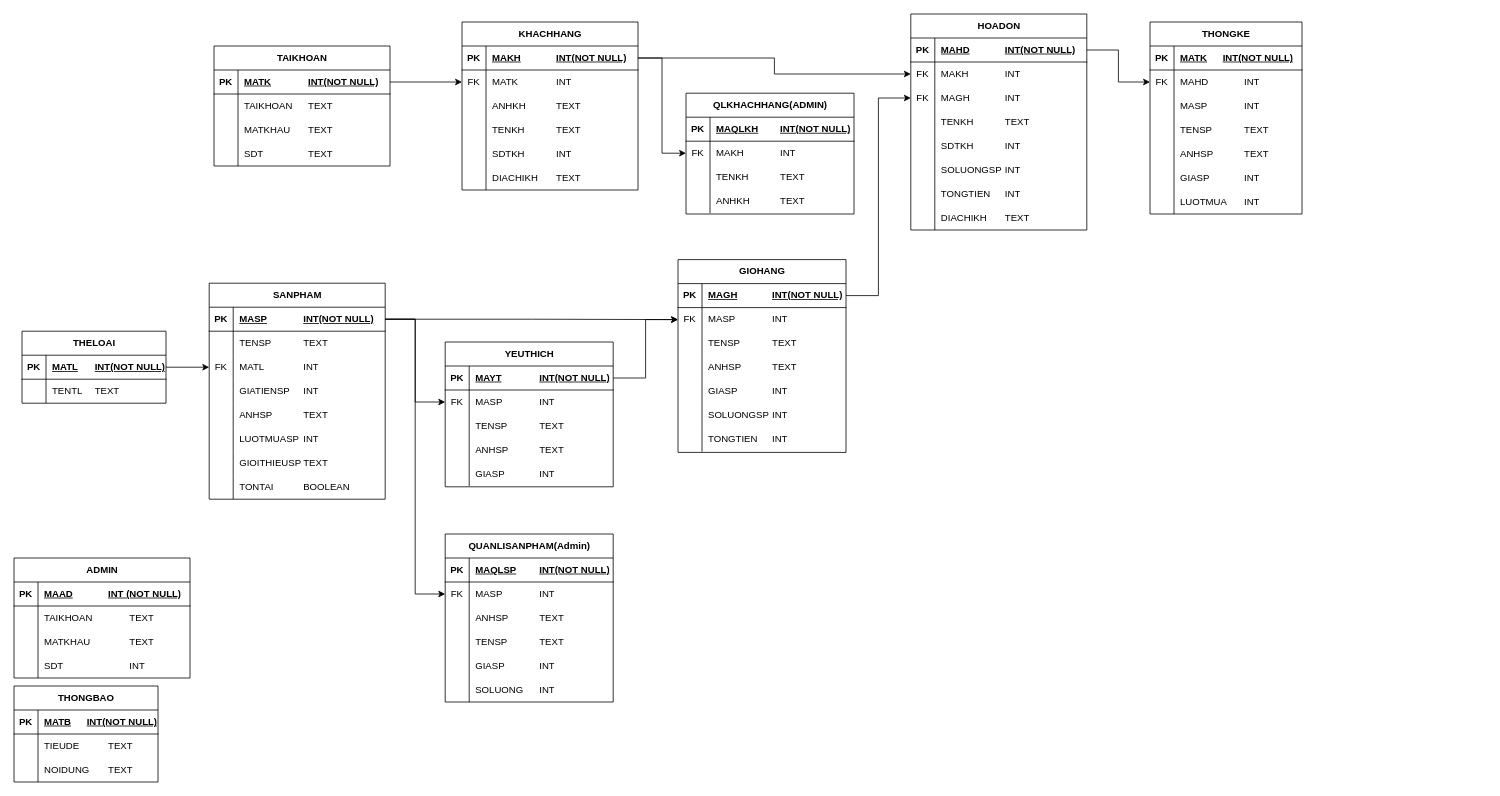
Before: Untitled Diagram.drawio in Minh209204/D-n-1, a draw.io diagram. Source tidied: cells renumbered, new cells numbered last; positions are measured from the earlier drawing's top-left corner, leaving out a move shared by most shapes. Both pictures are drawn from the tidied source at 80%, with x=0, y=0 at pixel (14, 14).
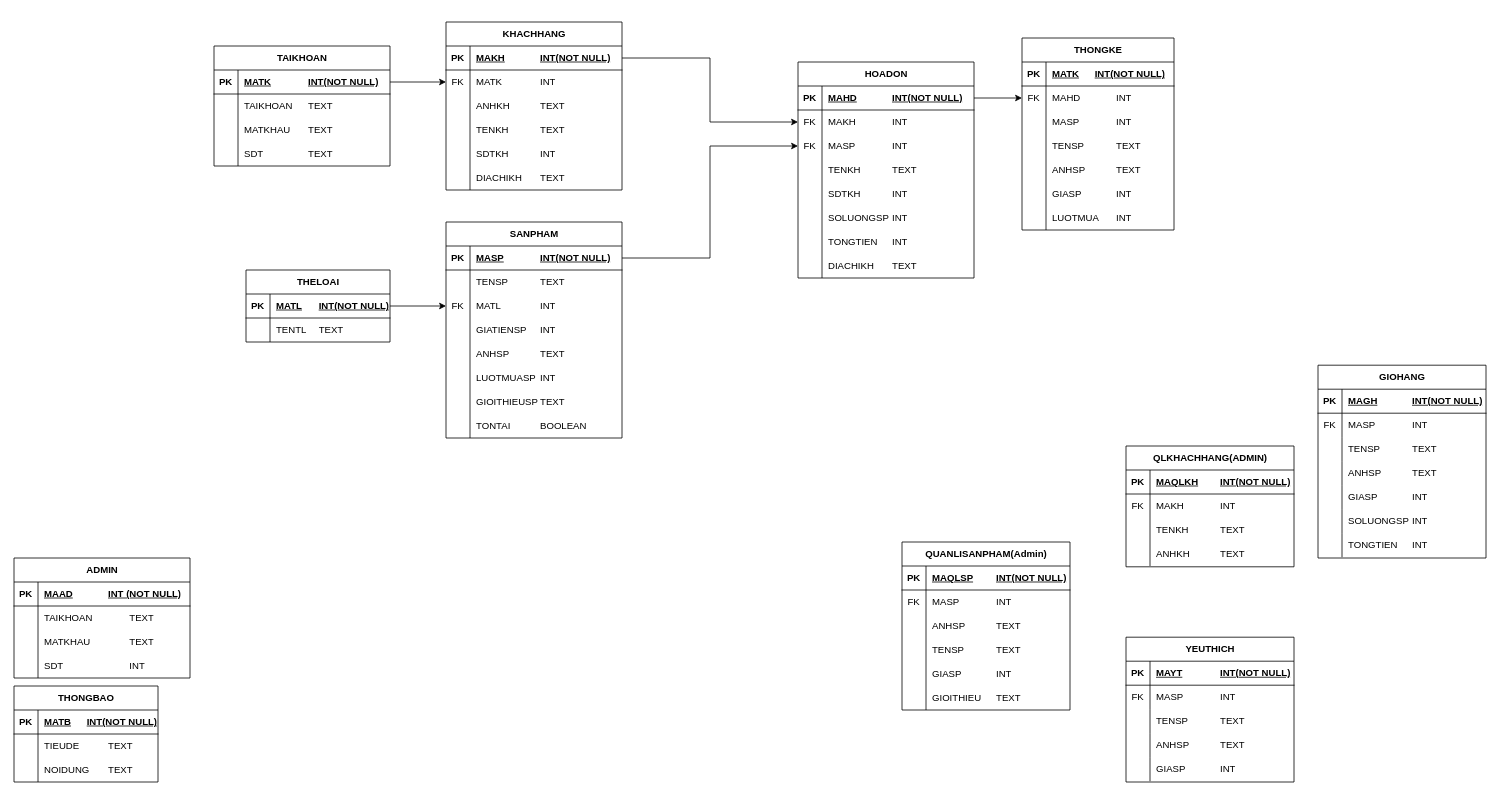
The same diagram, later.

The change refers to these unchanged cells:
```xml
<mxCell id="3" style="shape=tableRow;horizontal=0;startSize=0;swimlaneHead=0;swimlaneBody=0;fillColor=none;points=[[0,0.5],[1,0.5]];portConstraint=eastwest;top=0;left=0;right=0;bottom=1;" parent="2" vertex="1">
  <mxGeometry y="30" width="220" height="30" as="geometry" />
</mxCell>
<mxCell id="49" style="shape=tableRow;horizontal=0;startSize=0;swimlaneHead=0;swimlaneBody=0;fillColor=none;points=[[0,0.5],[1,0.5]];portConstraint=eastwest;top=0;left=0;right=0;bottom=1;" parent="48" vertex="1">
  <mxGeometry y="30" width="210" height="30" as="geometry" />
</mxCell>
<mxCell id="52" style="shape=tableRow;horizontal=0;startSize=0;swimlaneHead=0;swimlaneBody=0;fillColor=none;points=[[0,0.5],[1,0.5]];portConstraint=eastwest;top=0;left=0;right=0;bottom=0;" parent="48" vertex="1">
  <mxGeometry y="60" width="210" height="30" as="geometry" />
</mxCell>
<mxCell id="71" style="shape=tableRow;horizontal=0;startSize=0;swimlaneHead=0;swimlaneBody=0;fillColor=none;points=[[0,0.5],[1,0.5]];portConstraint=eastwest;top=0;left=0;right=0;bottom=1;" parent="70" vertex="1">
  <mxGeometry y="30" width="220" height="30" as="geometry" />
</mxCell>
<mxCell id="103" style="shape=tableRow;horizontal=0;startSize=0;swimlaneHead=0;swimlaneBody=0;fillColor=none;points=[[0,0.5],[1,0.5]];portConstraint=eastwest;top=0;left=0;right=0;bottom=0;" parent="96" vertex="1">
  <mxGeometry y="90" width="220" height="30" as="geometry" />
</mxCell>
<mxCell id="123" style="shape=tableRow;horizontal=0;startSize=0;swimlaneHead=0;swimlaneBody=0;fillColor=none;points=[[0,0.5],[1,0.5]];portConstraint=eastwest;top=0;left=0;right=0;bottom=1;" parent="122" vertex="1">
  <mxGeometry y="30" width="210" height="30" as="geometry" />
</mxCell>
<mxCell id="126" style="shape=tableRow;horizontal=0;startSize=0;swimlaneHead=0;swimlaneBody=0;fillColor=none;points=[[0,0.5],[1,0.5]];portConstraint=eastwest;top=0;left=0;right=0;bottom=0;" parent="122" vertex="1">
  <mxGeometry y="60" width="210" height="30" as="geometry" />
</mxCell>
<mxCell id="166" style="shape=tableRow;horizontal=0;startSize=0;swimlaneHead=0;swimlaneBody=0;fillColor=none;points=[[0,0.5],[1,0.5]];portConstraint=eastwest;top=0;left=0;right=0;bottom=0;" parent="162" vertex="1">
  <mxGeometry y="60" width="210" height="30" as="geometry" />
</mxCell>
<mxCell id="178" style="shape=tableRow;horizontal=0;startSize=0;swimlaneHead=0;swimlaneBody=0;fillColor=none;top=0;left=0;right=0;bottom=0;" parent="162" vertex="1">
  <mxGeometry y="180" width="210" height="30" as="geometry" />
</mxCell>
<mxCell id="206" style="shape=tableRow;horizontal=0;startSize=0;swimlaneHead=0;swimlaneBody=0;fillColor=none;points=[[0,0.5],[1,0.5]];portConstraint=eastwest;top=0;left=0;right=0;bottom=0;" parent="202" vertex="1">
  <mxGeometry y="60" width="210" height="30" as="geometry" />
</mxCell>
```

What changed in the source:
```diff
@@
     <mxCell id="2" value="KHACHHANG" style="shape=table;startSize=30;childLayout=tableLayout;rowLines=0;fontStyle=1;align=center;html=1;" parent="1" vertex="1">
-      <mxGeometry x="560" y="10" width="220" height="210" as="geometry" />
+      <mxGeometry x="540" y="10" width="220" height="210" as="geometry" />
     </mxCell>
@@
     <mxCell id="48" value="GIOHANG" style="shape=table;startSize=30;childLayout=tableLayout;rowLines=0;fontStyle=1;align=center;html=1;" parent="1" vertex="1">
-      <mxGeometry x="830" y="307" width="210" height="241" as="geometry" />
+      <mxGeometry x="1630" y="439" width="210" height="241" as="geometry" />
     </mxCell>
@@
     <mxCell id="70" value="SANPHAM" style="shape=table;startSize=30;childLayout=tableLayout;rowLines=0;fontStyle=1;align=center;html=1;" parent="1" vertex="1">
-      <mxGeometry x="244" y="336.5" width="220" height="270" as="geometry" />
+      <mxGeometry x="540" y="260" width="220" height="270" as="geometry" />
     </mxCell>
@@
-    <mxCell id="95" style="edgeStyle=orthogonalEdgeStyle;rounded=0;jettySize=auto;html=1;exitX=1;exitY=0.5;exitDx=0;exitDy=0;entryX=0;entryY=0.5;entryDx=0;entryDy=0;" parent="1" edge="1" source="71" target="52">
-      <mxGeometry relative="1" as="geometry" />
-    </mxCell>
     <mxCell id="96" value="HOADON" style="shape=table;startSize=30;childLayout=tableLayout;rowLines=0;fontStyle=1;align=center;html=1;" parent="1" vertex="1">
-      <mxGeometry x="1121" width="220" height="270" as="geometry" />
+      <mxGeometry x="980" y="60" width="220" height="270" as="geometry" />
     </mxCell>
@@
-    <mxCell id="105" value="MAGH&lt;span style=&quot;white-space: pre;&quot;&gt;&#9;&lt;/span&gt;&lt;span style=&quot;white-space: pre;&quot;&gt;&#9;&lt;/span&gt;INT" style="shape=partialRectangle;fillColor=none;top=0;left=0;bottom=0;right=0;align=left;spacingLeft=6;overflow=hidden;whiteSpace=wrap;html=1;" parent="103" vertex="1">
+    <mxCell id="105" value="MASP&lt;span style=&quot;white-space: pre;&quot;&gt;&#9;&lt;/span&gt;&lt;span style=&quot;white-space: pre;&quot;&gt;&#9;&lt;/span&gt;INT" style="shape=partialRectangle;fillColor=none;top=0;left=0;bottom=0;right=0;align=left;spacingLeft=6;overflow=hidden;whiteSpace=wrap;html=1;" parent="103" vertex="1">
       <mxGeometry x="30" width="190" height="30" as="geometry" />
     </mxCell>
@@
-    <mxCell id="121" style="edgeStyle=orthogonalEdgeStyle;rounded=0;jettySize=auto;html=1;exitX=1;exitY=0.5;exitDx=0;exitDy=0;" parent="1" edge="1" source="49" target="103">
-      <mxGeometry relative="1" as="geometry" />
-    </mxCell>
     <mxCell id="122" value="YEUTHICH" style="shape=table;startSize=30;childLayout=tableLayout;rowLines=0;fontStyle=1;align=center;html=1;" parent="1" vertex="1">
-      <mxGeometry x="539" y="410" width="210" height="181" as="geometry" />
+      <mxGeometry x="1390" y="779" width="210" height="181" as="geometry" />
     </mxCell>
@@
-    <mxCell id="138" style="edgeStyle=orthogonalEdgeStyle;rounded=0;jettySize=auto;html=1;exitX=1;exitY=0.5;exitDx=0;exitDy=0;entryX=0;entryY=0.5;entryDx=0;entryDy=0;" parent="1" edge="1" source="71" target="126">
-      <mxGeometry relative="1" as="geometry" />
-    </mxCell>
-    <mxCell id="139" style="edgeStyle=orthogonalEdgeStyle;rounded=0;jettySize=auto;html=1;exitX=1;exitY=0.5;exitDx=0;exitDy=0;entryX=0;entryY=0.5;entryDx=0;entryDy=0;" parent="1" edge="1" source="123" target="52">
-      <mxGeometry relative="1" as="geometry" />
-    </mxCell>
     <mxCell id="140" value="THONGKE" style="shape=table;startSize=30;childLayout=tableLayout;rowLines=0;fontStyle=1;align=center;html=1;" parent="1" vertex="1">
-      <mxGeometry x="1420" y="10" width="190" height="240" as="geometry" />
+      <mxGeometry x="1260" y="30" width="190" height="240" as="geometry" />
     </mxCell>
@@
     <mxCell id="162" value="QUANLISANPHAM(Admin)" style="shape=table;startSize=30;childLayout=tableLayout;rowLines=0;fontStyle=1;align=center;html=1;" parent="1" vertex="1">
-      <mxGeometry x="539" y="650" width="210" height="210" as="geometry" />
+      <mxGeometry x="1110" y="660" width="210" height="210" as="geometry" />
     </mxCell>
@@
-    <mxCell id="180" value="SOLUONG&lt;span style=&quot;white-space: pre;&quot;&gt;&#9;&lt;/span&gt;INT" style="shape=partialRectangle;fillColor=none;top=0;left=0;bottom=0;right=0;align=left;spacingLeft=6;overflow=hidden;whiteSpace=wrap;html=1;" parent="178" vertex="1">
-      <mxGeometry x="30" width="180" height="30" as="geometry" />
-    </mxCell>
-    <mxCell id="181" style="edgeStyle=orthogonalEdgeStyle;rounded=0;jettySize=auto;html=1;exitX=1;exitY=0.5;exitDx=0;exitDy=0;entryX=0;entryY=0.5;entryDx=0;entryDy=0;" parent="1" edge="1" source="71" target="166">
-      <mxGeometry relative="1" as="geometry" />
-    </mxCell>
-    <mxCell id="182" style="edgeStyle=orthogonalEdgeStyle;rounded=0;jettySize=auto;html=1;exitX=1;exitY=0.5;exitDx=0;exitDy=0;entryX=0;entryY=0.5;entryDx=0;entryDy=0;" parent="1" edge="1" source="3" target="206">
-      <mxGeometry relative="1" as="geometry" />
-    </mxCell>
+    <mxCell id="216" value="GIOITHIEU&lt;span style=&quot;white-space: pre;&quot;&gt;&#9;&lt;/span&gt;TEXT" style="shape=partialRectangle;fillColor=none;top=0;left=0;bottom=0;right=0;align=left;spacingLeft=6;overflow=hidden;whiteSpace=wrap;html=1;" parent="178" vertex="1">
+      <mxGeometry x="30" width="180" height="30" as="geometry" />
+    </mxCell>
     <mxCell id="183" value="THELOAI" style="shape=table;startSize=30;childLayout=tableLayout;rowLines=0;fontStyle=1;align=center;html=1;" parent="1" vertex="1">
-      <mxGeometry x="10" y="396.5" width="180" height="90" as="geometry" />
+      <mxGeometry x="290" y="320" width="180" height="90" as="geometry" />
     </mxCell>
@@
     <mxCell id="202" value="QLKHACHHANG(ADMIN)" style="shape=table;startSize=30;childLayout=tableLayout;rowLines=0;fontStyle=1;align=center;html=1;" parent="1" vertex="1">
-      <mxGeometry x="840" y="99" width="210" height="151" as="geometry" />
+      <mxGeometry x="1390" y="540" width="210" height="151" as="geometry" />
     </mxCell>
@@
+    <mxCell id="217" style="edgeStyle=orthogonalEdgeStyle;rounded=0;jettySize=auto;html=1;exitX=1;exitY=0.5;exitDx=0;exitDy=0;entryX=0;entryY=0.5;entryDx=0;entryDy=0;" parent="1" edge="1" source="71" target="103">
+      <mxGeometry relative="1" as="geometry" />
+    </mxCell>
```
